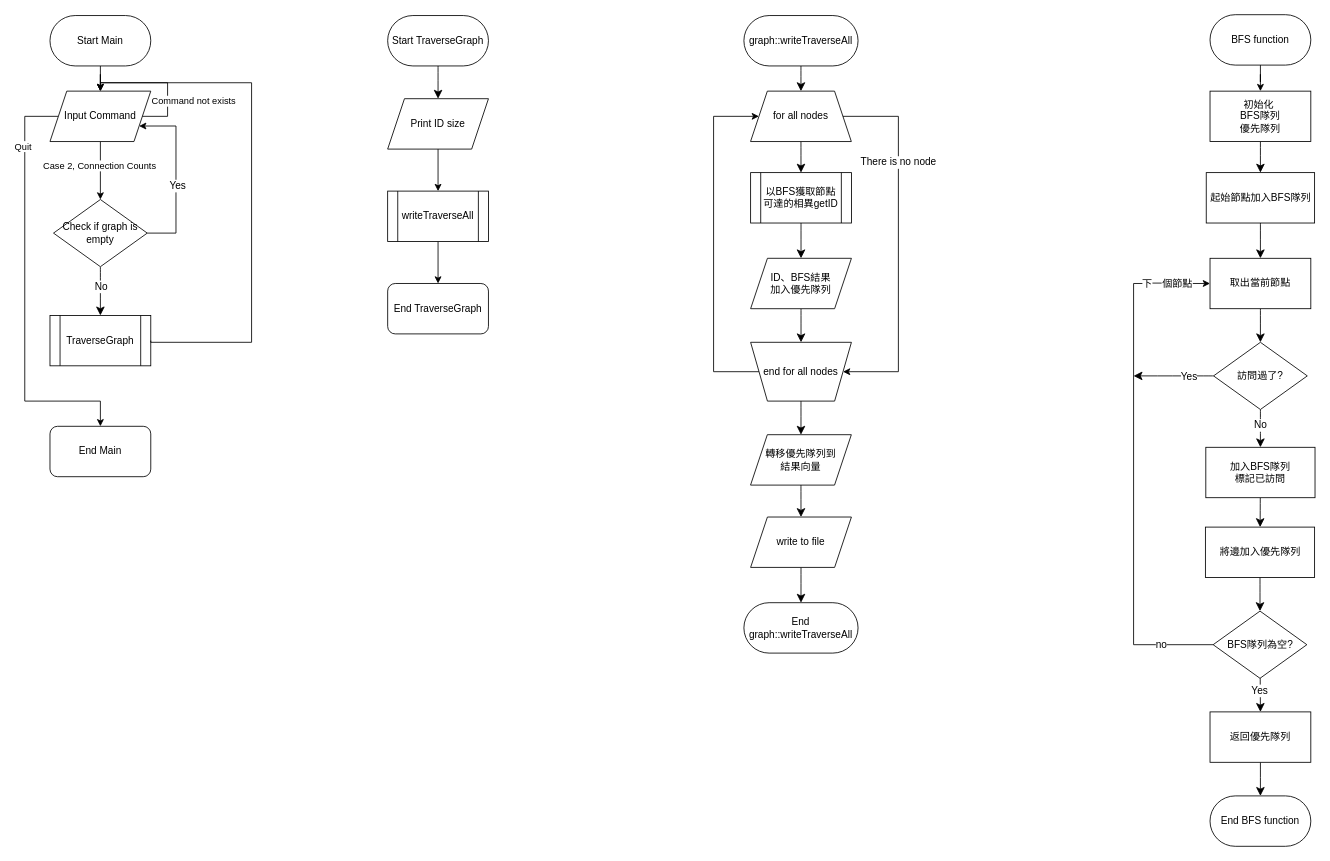
Above: DS2ex4_17_11127137_11127150/DS2ex4.drawio in ja-errorpro/CYCS_DS (draw.io), before the change. Source tidied: cells renumbered, new cells numbered last; positions are measured from the earlier drawing's top-left corner, leaving out a move shared by most shapes. Both pictures are drawn from the tidied source at 84%, with x=0, y=0 at pixel (24, 14).
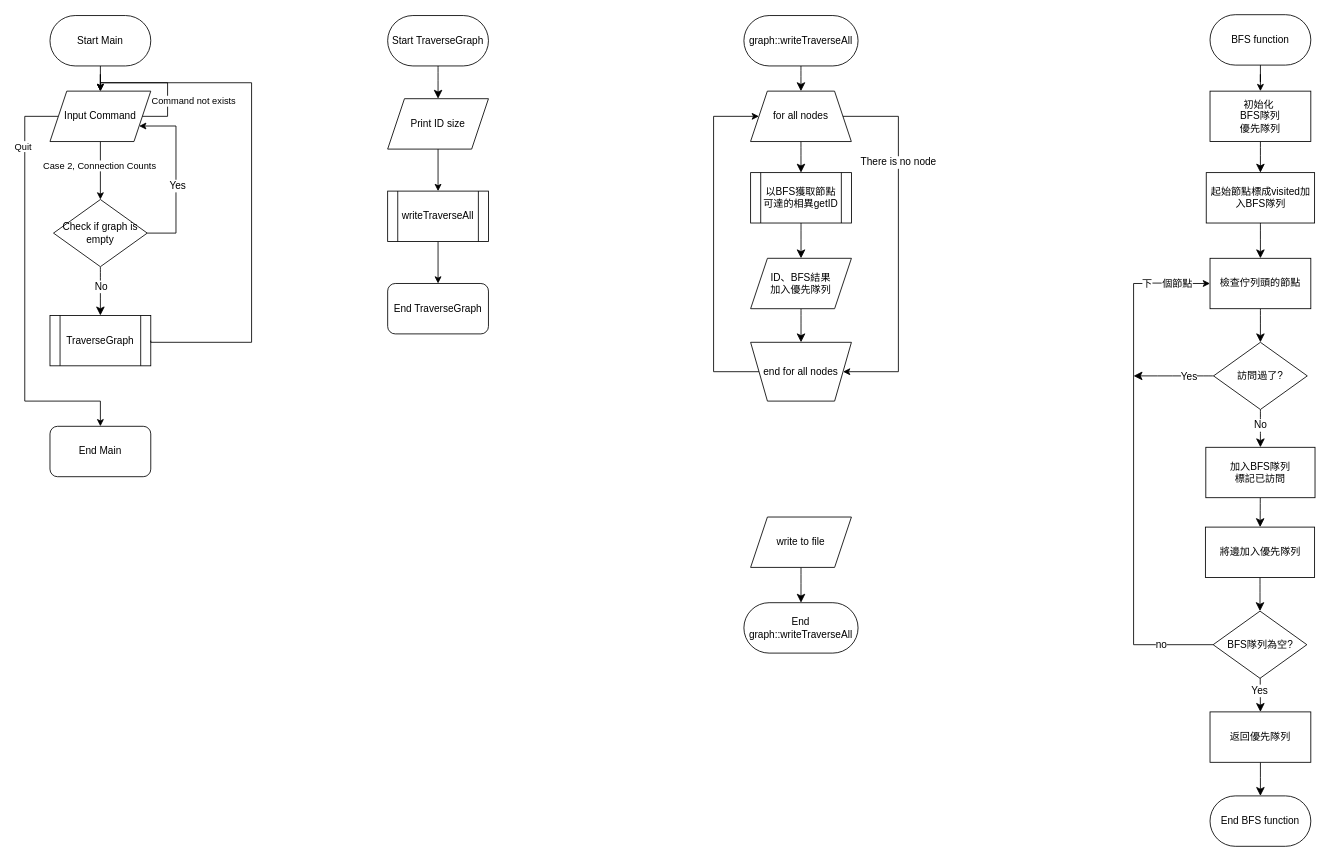
Above is the later version.

The change refers to these unchanged cells:
```xml
<mxCell id="48" value="end for all nodes" style="shape=trapezoid;perimeter=trapezoidPerimeter;whiteSpace=wrap;fixedSize=1;rotation=0;verticalAlign=middle;horizontal=1;html=1;flipV=1;" parent="1" vertex="1">
  <mxGeometry x="864.1" y="390" width="120" height="70" as="geometry" />
</mxCell>
<mxCell id="58" value="write to file" style="shape=parallelogram;perimeter=parallelogramPerimeter;whiteSpace=wrap;html=1;fixedSize=1;" parent="1" vertex="1">
  <mxGeometry x="864.1" y="598" width="120" height="60" as="geometry" />
</mxCell>
```

What changed in the source:
```diff
@@
-    <mxCell id="26" value="取出當前節點" style="rounded=0;whiteSpace=wrap;html=1;" parent="1" vertex="1">
+    <mxCell id="26" value="檢查佇列頭的節點" style="rounded=0;whiteSpace=wrap;html=1;" parent="1" vertex="1">
       <mxGeometry x="1411" y="290" width="120" height="60" as="geometry" />
     </mxCell>
@@
-    <mxCell id="47" style="edgeStyle=none;curved=1;rounded=0;jettySize=auto;html=1;fontSize=12;startSize=8;endSize=8;" parent="1" edge="1" source="48" target="56">
+    <mxCell id="47" style="edgeStyle=none;curved=1;rounded=0;jettySize=auto;html=1;fontSize=12;startSize=8;endSize=8;" parent="1" edge="1" source="48">
       <mxGeometry relative="1" as="geometry" />
     </mxCell>
@@
-    <mxCell id="55" style="edgeStyle=none;curved=1;rounded=0;jettySize=auto;html=1;fontSize=12;startSize=8;endSize=8;" parent="1" edge="1" source="56" target="58">
+    <mxCell id="55" style="edgeStyle=none;curved=1;rounded=0;jettySize=auto;html=1;fontSize=12;startSize=8;endSize=8;" parent="1" edge="1" target="58">
       <mxGeometry relative="1" as="geometry" />
     </mxCell>
-    <mxCell id="56" value="轉移優先隊列到&lt;div&gt;結果向量&lt;/div&gt;" style="shape=parallelogram;perimeter=parallelogramPerimeter;whiteSpace=wrap;html=1;fixedSize=1;" parent="1" vertex="1">
-      <mxGeometry x="864" y="500" width="120" height="60" as="geometry" />
-    </mxCell>
@@
-    <mxCell id="60" value="起始節點加入&lt;span style=&quot;background-color: initial;&quot;&gt;BFS隊列&lt;/span&gt;" style="rounded=0;whiteSpace=wrap;html=1;" parent="1" vertex="1">
+    <mxCell id="60" value="起始節點標成visited加入&lt;span style=&quot;background-color: initial;&quot;&gt;BFS隊列&lt;/span&gt;" style="rounded=0;whiteSpace=wrap;html=1;" parent="1" vertex="1">
       <mxGeometry x="1406.5" y="188" width="129" height="60" as="geometry" />
     </mxCell>
```
